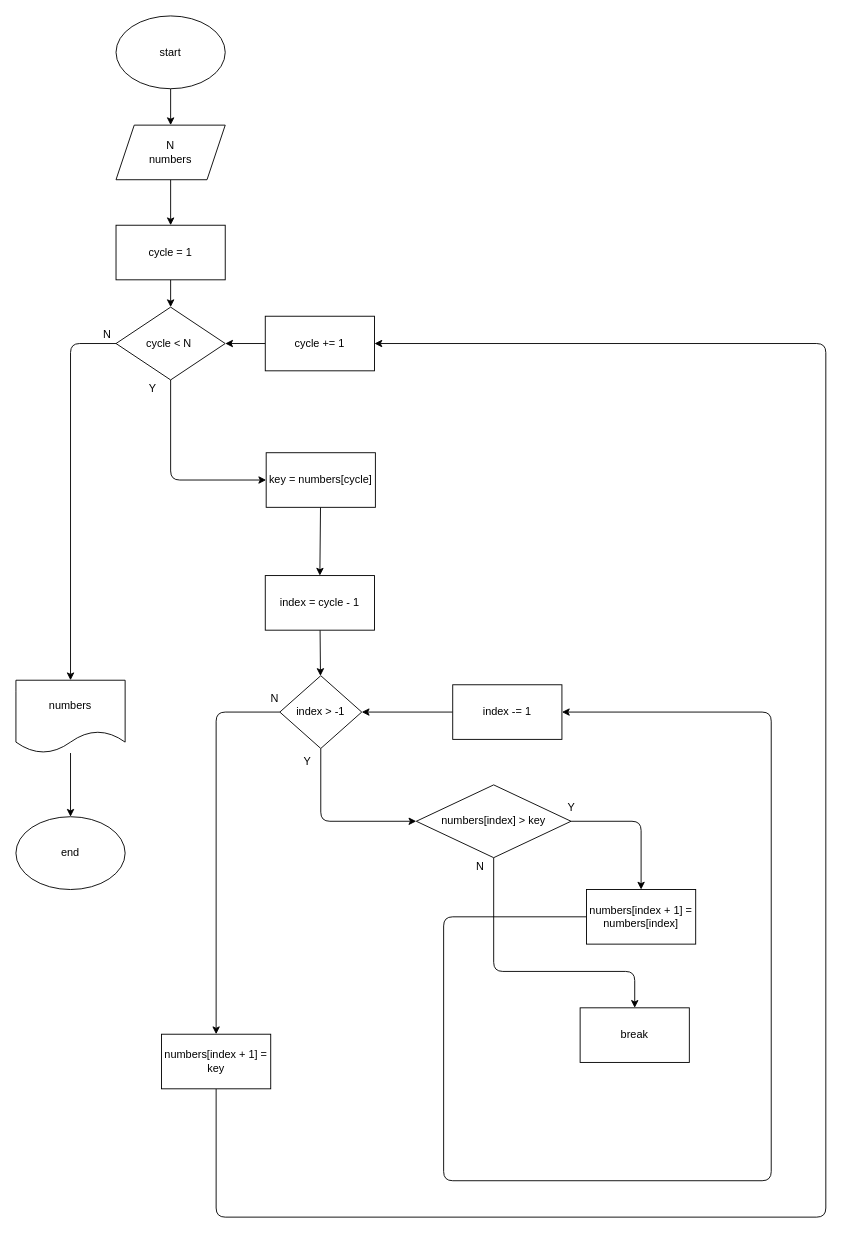
Above: stage/11_sort/2750_insertion.drawio in Gyeongrok-Oh/boj (draw.io), before the change. Source tidied: cells renumbered, new cells numbered last; positions are measured from the earlier drawing's top-left corner, leaving out a move shared by most shapes. Both pictures are drawn from the tidied source at 91%, with x=0, y=0 at pixel (15, 15).
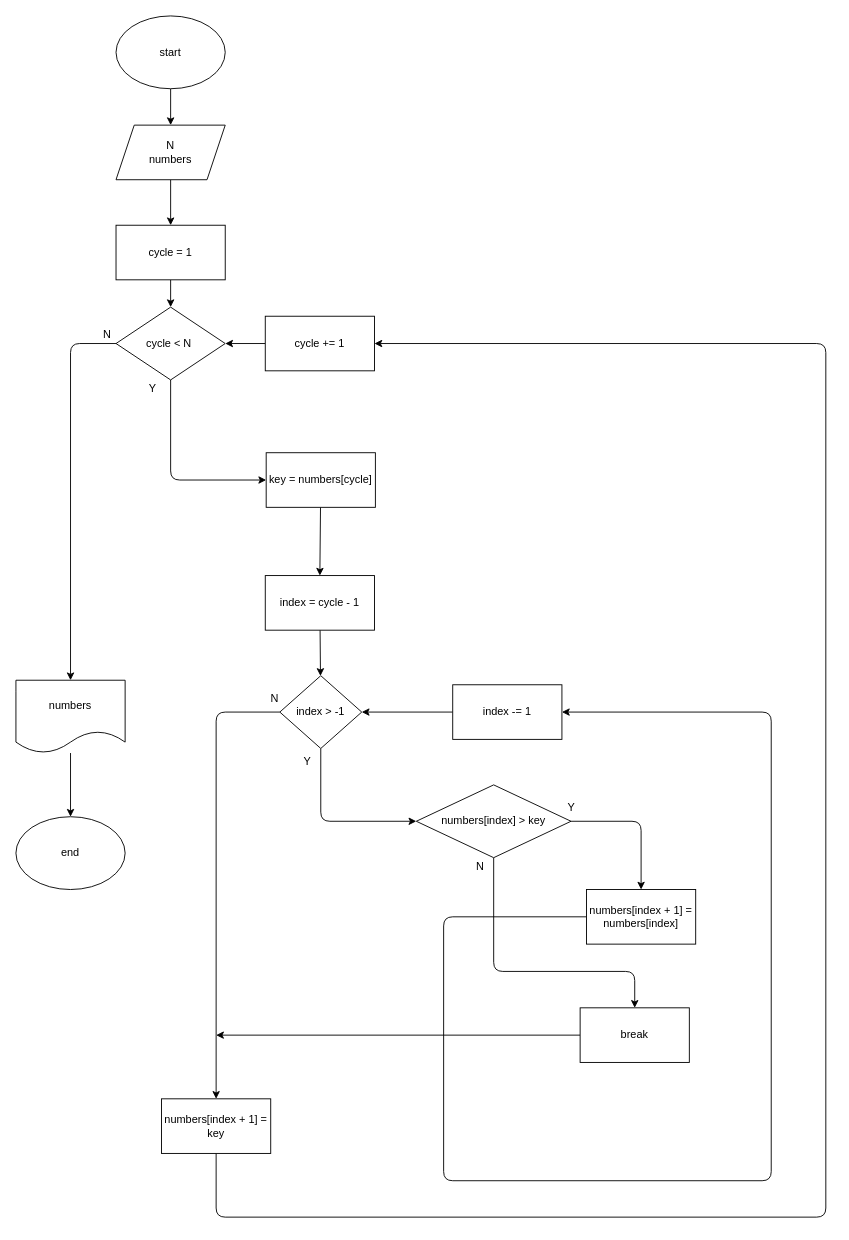
Above is the later version.

Commit message:
add 2750 selection sort

The change refers to these unchanged cells:
```xml
<mxCell id="33" value="break" style="whiteSpace=wrap;html=1;" parent="1" vertex="1">
  <mxGeometry x="620" y="1090" width="120" height="60" as="geometry" />
</mxCell>
```

Change to the diagram source:
```diff
@@
+    <mxCell id="40" style="edgeStyle=none;html=1;" parent="1" edge="1" source="33">
+      <mxGeometry relative="1" as="geometry">
+        <mxPoint x="220" y="1120" as="targetPoint" />
+      </mxGeometry>
+    </mxCell>
@@
     <mxCell id="39" value="numbers[index + 1] = key" style="whiteSpace=wrap;html=1;" parent="1" vertex="1">
-      <mxGeometry x="160" y="1119" width="120" height="60" as="geometry" />
+      <mxGeometry x="160" y="1190" width="120" height="60" as="geometry" />
     </mxCell>
```
